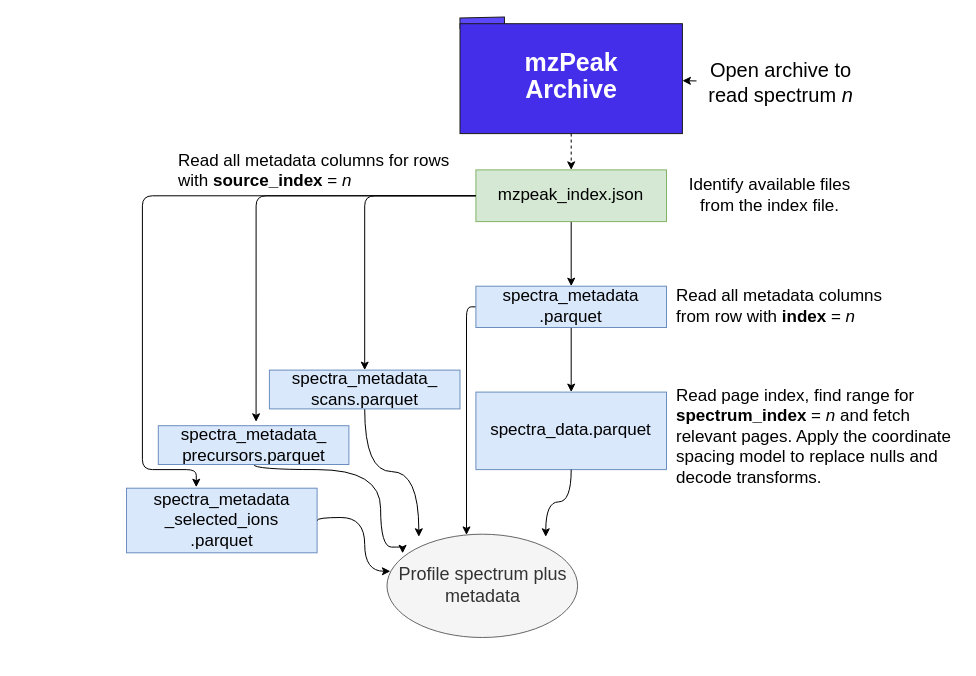
Above: docs/assets/img/reading-from-0.drawio in HUPO-PSI/mzPeak-specification (draw.io), before the change. Source tidied: cells renumbered, new cells numbered last; positions are measured from the earlier drawing's top-left corner, leaving out a move shared by most shapes. Both pictures are drawn from the tidied source at 100%, with x=0, y=0 at pixel (126, 17).
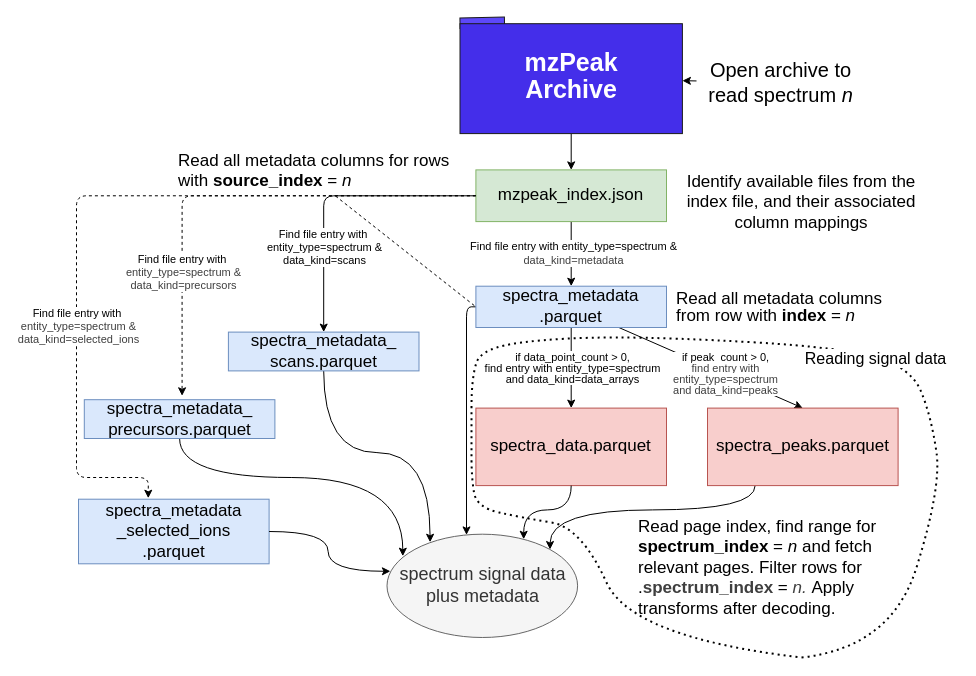
The same page after the edit.

Unchanged cells that the change refers to:
```xml
<mxCell id="2" style="edgeStyle=none;html=1;fontSize=14;entryX=0.5;entryY=0;entryDx=0;entryDy=0;exitX=0.5;exitY=1;exitDx=0;exitDy=0;" parent="1" edge="1" source="4" target="8">
  <mxGeometry relative="1" as="geometry" />
</mxCell>
<mxCell id="3" style="edgeStyle=orthogonalEdgeStyle;html=1;entryX=0.5;entryY=0;entryDx=0;entryDy=0;fontSize=14;" parent="1" edge="1" source="4" target="16">
  <mxGeometry relative="1" as="geometry" />
</mxCell>
<mxCell id="4" value="mzpeak_index.json" style="rounded=0;whiteSpace=wrap;html=1;fillColor=#d5e8d4;strokeColor=#82b366;fontSize=17;" parent="1" vertex="1">
  <mxGeometry x="349.4" y="152.4" width="190.6" height="51.7" as="geometry" />
</mxCell>
<mxCell id="6" style="edgeStyle=none;html=1;fontSize=14;entryX=0.5;entryY=0;entryDx=0;entryDy=0;exitX=0.5;exitY=1;exitDx=0;exitDy=0;" parent="1" edge="1" source="8" target="9">
  <mxGeometry relative="1" as="geometry" />
</mxCell>
<mxCell id="8" value="spectra_metadata&lt;div&gt;.parquet&lt;/div&gt;" style="whiteSpace=wrap;html=1;fillColor=#dae8fc;strokeColor=#6c8ebf;rounded=0;fontSize=17;" parent="1" vertex="1">
  <mxGeometry x="349.4" y="268.7" width="190.6" height="41.3" as="geometry" />
</mxCell>
<mxCell id="14" value="Read all metadata columns for rows with &lt;b&gt;source_index&lt;/b&gt;&amp;nbsp;= &lt;i&gt;n&lt;/i&gt;" style="text;html=1;whiteSpace=wrap;strokeColor=none;fillColor=none;align=left;verticalAlign=top;rounded=0;fontSize=17;" parent="1" vertex="1">
  <mxGeometry x="50" y="127" width="284.3" height="51.7" as="geometry" />
</mxCell>
<mxCell id="27" value="&lt;div style=&quot;line-height: 110%;&quot;&gt;&lt;b style=&quot;font-size: 25px; background-color: transparent; color: light-dark(rgb(255, 255, 255), rgb(0, 0, 0));&quot;&gt;mzPeak&lt;/b&gt;&lt;/div&gt;&lt;div style=&quot;line-height: 110%;&quot;&gt;&lt;div&gt;&lt;font style=&quot;font-size: 25px; line-height: 110%;&quot;&gt;&lt;b style=&quot;color: light-dark(rgb(255, 255, 255), rgb(0, 0, 0));&quot;&gt;Archive&lt;/b&gt;&lt;/font&gt;&lt;/div&gt;&lt;/div&gt;" style="whiteSpace=wrap;html=1;fillColor=light-dark(#442eea, #9577a3);strokeColor=light-dark(#1A1A1A,#121212);fontColor=light-dark(#FFFFFF,#FFFFFF);fontSize=18;" parent="1" vertex="1">
  <mxGeometry x="333.5" y="6.2" width="222.4" height="109.9" as="geometry" />
</mxCell>
```

Change to the diagram source:
```diff
@@
+    <mxCell id="28" value="&lt;span style=&quot;color: rgb(0, 0, 0); scrollbar-color: rgba(78, 86, 102, 0.5) rgb(40, 44, 52);&quot;&gt;Find file entry with&amp;nbsp;&lt;/span&gt;&lt;span style=&quot;background-color: light-dark(#ffffff, var(--ge-dark-color, #121212));&quot;&gt;entity_type=spectrum &amp;amp;&lt;/span&gt;&lt;div style=&quot;color: rgb(63, 63, 63); scrollbar-color: rgba(78, 86, 102, 0.5) rgb(40, 44, 52);&quot;&gt;data_kind=metadata&lt;/div&gt;" style="edgeLabel;html=1;align=center;verticalAlign=middle;" parent="2" vertex="1">
+      <mxGeometry x="-0.04" y="2" relative="1" as="geometry" />
+    </mxCell>
@@
+    <mxCell id="29" value="Find file entry with&amp;nbsp;&lt;div&gt;entity_type=spectrum &amp;amp;&lt;/div&gt;&lt;div&gt;data_kind=scans&lt;/div&gt;" style="edgeLabel;html=1;align=center;verticalAlign=middle;" parent="3" vertex="1">
+      <mxGeometry x="0.41" relative="1" as="geometry" />
+    </mxCell>
@@
-    <mxCell id="5" style="edgeStyle=none;html=1;exitX=0.5;exitY=1;exitDx=0;exitDy=0;entryX=0.5;entryY=0;entryDx=0;entryDy=0;dashed=1;fontSize=14;" parent="1" edge="1" source="27" target="4">
+    <mxCell id="5" style="edgeStyle=none;html=1;exitX=0.5;exitY=1;exitDx=0;exitDy=0;entryX=0.5;entryY=0;entryDx=0;entryDy=0;fontSize=14;" parent="1" edge="1" source="27" target="4">
       <mxGeometry relative="1" as="geometry" />
     </mxCell>
@@
+    <mxCell id="30" value="&lt;div style=&quot;line-height: 100%;&quot;&gt;&lt;div&gt;&lt;span style=&quot;background-color: light-dark(#ffffff, var(--ge-dark-color, #121212));&quot;&gt;if data_point_count &amp;gt; 0,&lt;/span&gt;&lt;/div&gt;&lt;div&gt;find entry with entity_type=spectrum&lt;/div&gt;&lt;div&gt;and data_kind=data_arrays&lt;/div&gt;&lt;/div&gt;" style="edgeLabel;html=1;align=center;verticalAlign=middle;spacing=0;spacingTop=8;" parent="6" vertex="1">
+      <mxGeometry x="-0.1" y="1" relative="1" as="geometry" />
+    </mxCell>
@@
+    <mxCell id="31" style="edgeStyle=none;html=1;exitX=0.75;exitY=1;exitDx=0;exitDy=0;entryX=0.5;entryY=0;entryDx=0;entryDy=0;" parent="1" edge="1" source="8" target="36">
+      <mxGeometry relative="1" as="geometry" />
+    </mxCell>
+    <mxCell id="32" value="&lt;div style=&quot;line-height: 100%;&quot;&gt;&lt;div&gt;&lt;span style=&quot;color: rgb(0, 0, 0);&quot;&gt;if peak_count &amp;gt; 0,&lt;/span&gt;&lt;/div&gt;&lt;div&gt;&lt;span style=&quot;color: rgb(63, 63, 63); background-color: light-dark(#ffffff, var(--ge-dark-color, #121212));&quot;&gt;find entry with&lt;/span&gt;&lt;/div&gt;&lt;div&gt;&lt;span style=&quot;color: rgb(63, 63, 63); background-color: light-dark(#ffffff, var(--ge-dark-color, #121212));&quot;&gt;entity_type=spectrum&lt;/span&gt;&lt;div style=&quot;color: rgb(63, 63, 63); scrollbar-color: rgba(78, 86, 102, 0.5) rgb(40, 44, 52);&quot;&gt;and data_kind=peaks&lt;/div&gt;&lt;/div&gt;&lt;/div&gt;" style="edgeLabel;html=1;align=center;verticalAlign=middle;spacingLeft=12;" parent="31" vertex="1">
+      <mxGeometry x="0.1" y="-2" relative="1" as="geometry" />
+    </mxCell>
@@
-    <mxCell id="9" value="spectra_data.parquet" style="whiteSpace=wrap;html=1;fillColor=#dae8fc;strokeColor=#6c8ebf;rounded=0;fontSize=17;" parent="1" vertex="1">
-      <mxGeometry x="349.4" y="374.6" width="190.6" height="77.5" as="geometry" />
+    <mxCell id="9" value="spectra_data.parquet" style="whiteSpace=wrap;html=1;fillColor=#f8cecc;strokeColor=#b85450;rounded=0;fontSize=17;" parent="1" vertex="1">
+      <mxGeometry x="349.4" y="390.6" width="190.6" height="77.5" as="geometry" />
     </mxCell>
-    <mxCell id="10" value="Identify available files from the index file." style="text;html=1;whiteSpace=wrap;strokeColor=none;fillColor=none;align=center;verticalAlign=middle;rounded=0;fontSize=17;" parent="1" vertex="1">
-      <mxGeometry x="547.9" y="158.9" width="190.6" height="38.8" as="geometry" />
+    <mxCell id="10" value="Identify available files from the index file, and their associated column mappings" style="text;html=1;whiteSpace=wrap;strokeColor=none;fillColor=none;align=center;verticalAlign=middle;rounded=0;fontSize=17;" parent="1" vertex="1">
+      <mxGeometry x="547.9" y="158.9" width="254.1" height="51.7" as="geometry" />
     </mxCell>
-    <mxCell id="11" value="Read all metadata columns from row with &lt;b&gt;index &lt;/b&gt;= &lt;i&gt;n&lt;/i&gt;" style="text;html=1;whiteSpace=wrap;strokeColor=none;fillColor=none;align=left;verticalAlign=middle;rounded=0;fontSize=17;" parent="1" vertex="1">
+    <mxCell id="11" value="&lt;div style=&quot;line-height: 100%;&quot;&gt;Read all metadata columns from row with &lt;b&gt;index &lt;/b&gt;= &lt;i&gt;n&lt;/i&gt;&lt;/div&gt;" style="text;html=1;whiteSpace=wrap;strokeColor=none;fillColor=none;align=left;verticalAlign=middle;rounded=0;fontSize=17;" parent="1" vertex="1">
       <mxGeometry x="547.9" y="257" width="246.2" height="64.6" as="geometry" />
     </mxCell>
-    <mxCell id="12" value="Read page index, find range for &lt;b&gt;spectrum_index&lt;/b&gt;&amp;nbsp;=&lt;b&gt;&amp;nbsp;&lt;/b&gt;&lt;i&gt;n&lt;/i&gt; and fetch relevant pages. Apply the coordinate spacing model to replace nulls and decode transforms." style="text;html=1;whiteSpace=wrap;strokeColor=none;fillColor=none;align=left;verticalAlign=top;rounded=0;fontSize=17;" parent="1" vertex="1">
-      <mxGeometry x="547.9" y="361.7" width="284.3" height="90.4" as="geometry" />
+    <mxCell id="12" value="Read page index, find range for &lt;b&gt;spectrum_index&lt;/b&gt;&amp;nbsp;=&lt;b&gt;&amp;nbsp;&lt;/b&gt;&lt;i&gt;n&lt;/i&gt; and fetch relevant pages. Filter rows for .&lt;b style=&quot;color: rgb(63, 63, 63); scrollbar-color: rgba(78, 86, 102, 0.5) rgb(40, 44, 52);&quot;&gt;spectrum_index&lt;/b&gt;&lt;span style=&quot;color: rgb(0, 0, 0);&quot;&gt; =&lt;/span&gt;&lt;b style=&quot;color: rgb(63, 63, 63); scrollbar-color: rgba(78, 86, 102, 0.5) rgb(40, 44, 52);&quot;&gt; &lt;/b&gt;&lt;i style=&quot;color: rgb(63, 63, 63); scrollbar-color: rgba(78, 86, 102, 0.5) rgb(40, 44, 52);&quot;&gt;n.&lt;/i&gt;&amp;nbsp;Apply transforms after decoding." style="text;html=1;whiteSpace=wrap;strokeColor=none;fillColor=none;align=left;verticalAlign=top;rounded=0;fontSize=17;" parent="1" vertex="1">
+      <mxGeometry x="510" y="492.7" width="260" height="95" as="geometry" />
     </mxCell>
-    <mxCell id="13" style="edgeStyle=orthogonalEdgeStyle;html=1;exitX=0.5;exitY=1;exitDx=0;exitDy=0;entryX=0.833;entryY=0.025;entryDx=0;entryDy=0;entryPerimeter=0;curved=1;endSize=6;fontSize=14;" parent="1" edge="1" source="9" target="17">
-      <mxGeometry relative="1" as="geometry">
-        <Array as="points">
-          <mxPoint x="444.7" y="484.4" />
-          <mxPoint x="419.3" y="484.4" />
-        </Array>
-      </mxGeometry>
+    <mxCell id="13" style="edgeStyle=orthogonalEdgeStyle;html=1;exitX=0.5;exitY=1;exitDx=0;exitDy=0;entryX=0.717;entryY=0.049;entryDx=0;entryDy=0;entryPerimeter=0;curved=1;endSize=6;fontSize=14;" parent="1" edge="1" source="9" target="17">
+      <mxGeometry x="-0.08" relative="1" as="geometry" />
     </mxCell>
@@
-    <mxCell id="15" style="edgeStyle=orthogonalEdgeStyle;html=1;entryX=0.167;entryY=0.025;entryDx=0;entryDy=0;entryPerimeter=0;curved=1;fontSize=14;" parent="1" edge="1" source="16" target="17">
-      <mxGeometry relative="1" as="geometry" />
+    <mxCell id="15" style="edgeStyle=orthogonalEdgeStyle;html=1;entryX=0.226;entryY=0.078;entryDx=0;entryDy=0;entryPerimeter=0;curved=1;fontSize=14;" parent="1" edge="1" source="16" target="17">
+      <mxGeometry x="-0.06" y="0.28" relative="1" as="geometry" />
     </mxCell>
     <mxCell id="16" value="spectra_metadata_&lt;div&gt;scans.parquet&lt;/div&gt;" style="whiteSpace=wrap;html=1;fillColor=#dae8fc;strokeColor=#6c8ebf;rounded=0;fontSize=17;" parent="1" vertex="1">
-      <mxGeometry x="142.9" y="352.6" width="190.6" height="38.8" as="geometry" />
+      <mxGeometry x="101.9" y="314.6" width="190.6" height="38.8" as="geometry" />
     </mxCell>
-    <mxCell id="17" value="Profile spectrum plus metadata" style="ellipse;whiteSpace=wrap;html=1;shapeInside=1;verticalAlign=middle;fillColor=#f5f5f5;fontColor=#333333;strokeColor=#666666;fontSize=18;" parent="1" vertex="1">
+    <mxCell id="17" value="spectrum signal data plus metadata" style="ellipse;whiteSpace=wrap;html=1;shapeInside=1;verticalAlign=middle;fillColor=#f5f5f5;fontColor=#333333;strokeColor=#666666;fontSize=18;" parent="1" vertex="1">
       <mxGeometry x="260.5" y="516.7" width="190.6" height="103.3" as="geometry" />
     </mxCell>
-    <mxCell id="18" style="edgeStyle=orthogonalEdgeStyle;html=1;entryX=0.082;entryY=0.185;entryDx=0;entryDy=0;curved=1;entryPerimeter=0;fontSize=14;" parent="1" edge="1" source="19" target="17">
-      <mxGeometry relative="1" as="geometry">
+    <mxCell id="18" style="edgeStyle=orthogonalEdgeStyle;html=1;entryX=0.083;entryY=0.213;entryDx=0;entryDy=0;curved=1;entryPerimeter=0;fontSize=14;" parent="1" edge="1" source="19" target="17">
+      <mxGeometry x="-0.01" relative="1" as="geometry">
         <Array as="points">
-          <mxPoint x="127.1" y="452.1" />
-          <mxPoint x="254.1" y="452.1" />
-          <mxPoint x="254.1" y="529.6" />
-          <mxPoint x="276" y="529.6" />
+          <mxPoint x="53.1" y="460" />
+          <mxPoint x="276.3" y="460" />
         </Array>
       </mxGeometry>
     </mxCell>
     <mxCell id="19" value="spectra_metadata_&lt;div&gt;precursors.parquet&lt;/div&gt;" style="whiteSpace=wrap;html=1;fillColor=#dae8fc;strokeColor=#6c8ebf;rounded=0;fontSize=17;" parent="1" vertex="1">
-      <mxGeometry x="31.8" y="408.2" width="190.6" height="38.8" as="geometry" />
+      <mxGeometry x="-42.2" y="382.2" width="190.6" height="38.8" as="geometry" />
     </mxCell>
     <mxCell id="20" value="spectra_metadata&lt;div&gt;_selected_ions&lt;div&gt;.parquet&lt;/div&gt;&lt;/div&gt;" style="whiteSpace=wrap;html=1;fillColor=#dae8fc;strokeColor=#6c8ebf;rounded=0;fontSize=17;" parent="1" vertex="1">
-      <mxGeometry y="470.7" width="190.6" height="64.6" as="geometry" />
+      <mxGeometry x="-48" y="481.7" width="190.6" height="64.6" as="geometry" />
     </mxCell>
     <mxCell id="21" style="edgeStyle=orthogonalEdgeStyle;html=1;entryX=0.018;entryY=0.359;entryDx=0;entryDy=0;entryPerimeter=0;curved=1;fontSize=14;exitX=1;exitY=0.5;exitDx=0;exitDy=0;" parent="1" edge="1" source="20" target="17">
-      <mxGeometry relative="1" as="geometry">
-        <Array as="points">
-          <mxPoint x="190.6" y="500" />
-          <mxPoint x="238.2" y="500" />
-          <mxPoint x="238.2" y="553.8" />
-        </Array>
-      </mxGeometry>
+      <mxGeometry relative="1" as="geometry" />
     </mxCell>
-    <mxCell id="22" style="edgeStyle=orthogonalEdgeStyle;html=1;exitX=0;exitY=0.5;exitDx=0;exitDy=0;entryX=0.366;entryY=-0.015;entryDx=0;entryDy=0;entryPerimeter=0;fontSize=14;" parent="1" edge="1" source="4" target="20">
-      <mxGeometry relative="1" as="geometry">
+    <mxCell id="22" style="edgeStyle=orthogonalEdgeStyle;html=1;exitX=0;exitY=0.5;exitDx=0;exitDy=0;entryX=0.366;entryY=-0.015;entryDx=0;entryDy=0;entryPerimeter=0;fontSize=14;dashed=1;" parent="1" edge="1" source="4" target="20">
+      <mxGeometry x="-0.19" relative="1" as="geometry">
         <Array as="points">
-          <mxPoint x="15.9" y="178.2" />
-          <mxPoint x="15.9" y="452.1" />
-          <mxPoint x="69.7" y="452.1" />
+          <mxPoint x="-50" y="178.3" />
+          <mxPoint x="-50" y="460" />
+          <mxPoint x="21.8" y="460" />
         </Array>
       </mxGeometry>
     </mxCell>
+    <mxCell id="33" value="&lt;span style=&quot;color: rgb(0, 0, 0); scrollbar-color: rgba(78, 86, 102, 0.5) rgb(40, 44, 52);&quot;&gt;Find file entry with&amp;nbsp;&lt;/span&gt;&lt;div style=&quot;color: rgb(63, 63, 63); scrollbar-color: rgba(78, 86, 102, 0.5) rgb(40, 44, 52);&quot;&gt;entity_type=spectrum &amp;amp;&lt;/div&gt;&lt;div style=&quot;color: rgb(63, 63, 63); scrollbar-color: rgba(78, 86, 102, 0.5) rgb(40, 44, 52);&quot;&gt;data_kind=selected_ions&lt;/div&gt;" style="edgeLabel;html=1;align=center;verticalAlign=middle;" parent="22" vertex="1">
+      <mxGeometry x="0.37" y="1" relative="1" as="geometry" />
+    </mxCell>
-    <mxCell id="23" style="edgeStyle=orthogonalEdgeStyle;html=1;exitX=0;exitY=0.5;exitDx=0;exitDy=0;entryX=0.513;entryY=-0.1;entryDx=0;entryDy=0;entryPerimeter=0;fontSize=14;" parent="1" edge="1" source="4" target="19">
+    <mxCell id="23" style="edgeStyle=orthogonalEdgeStyle;html=1;exitX=0;exitY=0.5;exitDx=0;exitDy=0;entryX=0.513;entryY=-0.1;entryDx=0;entryDy=0;entryPerimeter=0;fontSize=14;dashed=1;" parent="1" edge="1" source="4" target="19">
       <mxGeometry relative="1" as="geometry" />
     </mxCell>
+    <mxCell id="34" value="&lt;span style=&quot;color: rgb(0, 0, 0);&quot;&gt;Find file entry with&amp;nbsp;&lt;/span&gt;&lt;div style=&quot;color: rgb(63, 63, 63); scrollbar-color: rgba(78, 86, 102, 0.5) rgb(40, 44, 52);&quot;&gt;entity_type=spectrum &amp;amp;&lt;/div&gt;&lt;div style=&quot;color: rgb(63, 63, 63); scrollbar-color: rgba(78, 86, 102, 0.5) rgb(40, 44, 52);&quot;&gt;data_kind=precursors&lt;/div&gt;" style="edgeLabel;html=1;align=center;verticalAlign=middle;" parent="23" vertex="1">
+      <mxGeometry x="0.5" y="1" relative="1" as="geometry" />
+    </mxCell>
@@
+    <mxCell id="35" style="edgeStyle=orthogonalEdgeStyle;html=1;exitX=0.25;exitY=1;exitDx=0;exitDy=0;entryX=1;entryY=0;entryDx=0;entryDy=0;curved=1;curveGeometry=1;" parent="1" edge="1" source="36" target="17">
+      <mxGeometry relative="1" as="geometry" />
+    </mxCell>
+    <mxCell id="36" value="spectra_peaks.parquet" style="whiteSpace=wrap;html=1;fillColor=#f8cecc;strokeColor=#b85450;rounded=0;fontSize=17;" parent="1" vertex="1">
+      <mxGeometry x="581" y="390.6" width="190.6" height="77.5" as="geometry" />
+    </mxCell>
+    <mxCell id="37" style="endArrow=none;dashed=1;html=1;strokeWidth=2;rounded=0;curved=1;curveGeometry=1;dashPattern=1 2;" parent="1" edge="1">
+      <mxGeometry x="-0.88" relative="1" as="geometry">
+        <mxPoint x="675" y="640" as="sourcePoint" />
+        <mxPoint x="675" y="640" as="targetPoint" />
+        <Array as="points">
+          <mxPoint x="765" y="630" />
+          <mxPoint x="815" y="470" />
+          <mxPoint x="805" y="400" />
+          <mxPoint x="785" y="350" />
+          <mxPoint x="715" y="330" />
+          <mxPoint x="545" y="320" />
+          <mxPoint x="435" y="320" />
+          <mxPoint x="355" y="330" />
+          <mxPoint x="345" y="360" />
+          <mxPoint x="345" y="420" />
+          <mxPoint x="345" y="460" />
+          <mxPoint x="350" y="490" />
+          <mxPoint x="395" y="500" />
+          <mxPoint x="455" y="510" />
+          <mxPoint x="505" y="620" />
+        </Array>
+      </mxGeometry>
+    </mxCell>
+    <mxCell id="38" value="&lt;span style=&quot;color: rgb(0, 0, 0);&quot;&gt;&lt;font style=&quot;font-size: 16px;&quot;&gt;Reading signal data&lt;/font&gt;&lt;/span&gt;" style="edgeLabel;html=1;align=center;verticalAlign=middle;" parent="37" vertex="1">
+      <mxGeometry x="-0.39" y="1" relative="1" as="geometry" />
+    </mxCell>
+    <mxCell id="39" style="endArrow=none;dashed=1;html=1;entryX=0;entryY=0.5;entryDx=0;entryDy=0;exitX=0.559;exitY=0.995;exitDx=0;exitDy=0;exitPerimeter=0;" parent="1" edge="1" source="14" target="8">
+      <mxGeometry relative="1" as="geometry" />
+    </mxCell>
```
